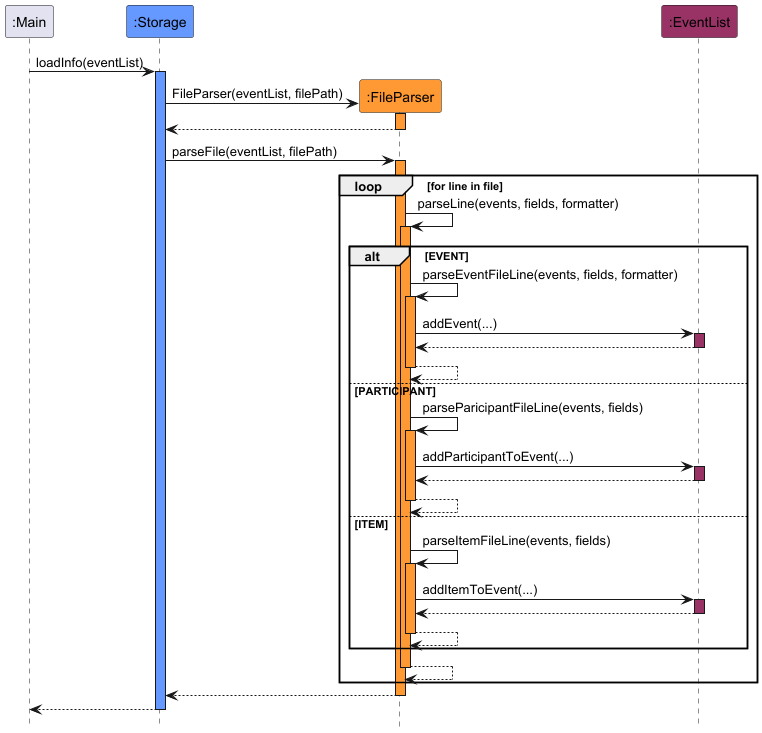
Above: docs/images/StorageLoadingSequenceDiagram.png in nus-cs2113-AY2425S1/tp (PlantUML), before the change. Its diagram source:
```plantuml
@startuml
!include style.puml
hide footbox

Participant ":Main" as main
Participant ":Storage" as storage STORAGE_COLOUR
Participant ":FileParser" as parser PARSER_COLOUR
Participant ":EventList" as events EVENT_COLOUR

main -> storage : loadInfo(eventList)
activate storage STORAGE_COLOUR

create parser
storage -> parser : FileParser(eventList, filePath)
activate parser PARSER_COLOUR
return

storage -> parser : parseFile(eventList, filePath)
activate parser PARSER_COLOUR

loop for line in file


    parser -> parser : parseLine(events, fields, formatter)
    activate parser PARSER_COLOUR

    alt EVENT
        parser -> parser : parseEventFileLine(events, fields, formatter)
        activate parser PARSER_COLOUR
        parser -> events : addEvent(...)
        activate events EVENT_COLOUR
        return
        return
    else PARTICIPANT
        parser -> parser : parseParicipantFileLine(events, fields)
        activate parser PARSER_COLOUR
        parser -> events : addParticipantToEvent(...)
        activate events EVENT_COLOUR
        return
        return
    else ITEM
        parser -> parser : parseItemFileLine(events, fields)
        activate parser PARSER_COLOUR
        parser -> events : addItemToEvent(...)
        activate events EVENT_COLOUR
        return
        return
    end
    return
    deactivate events
end


parser --> storage
deactivate parser
storage --> main
deactivate storage


@enduml
```
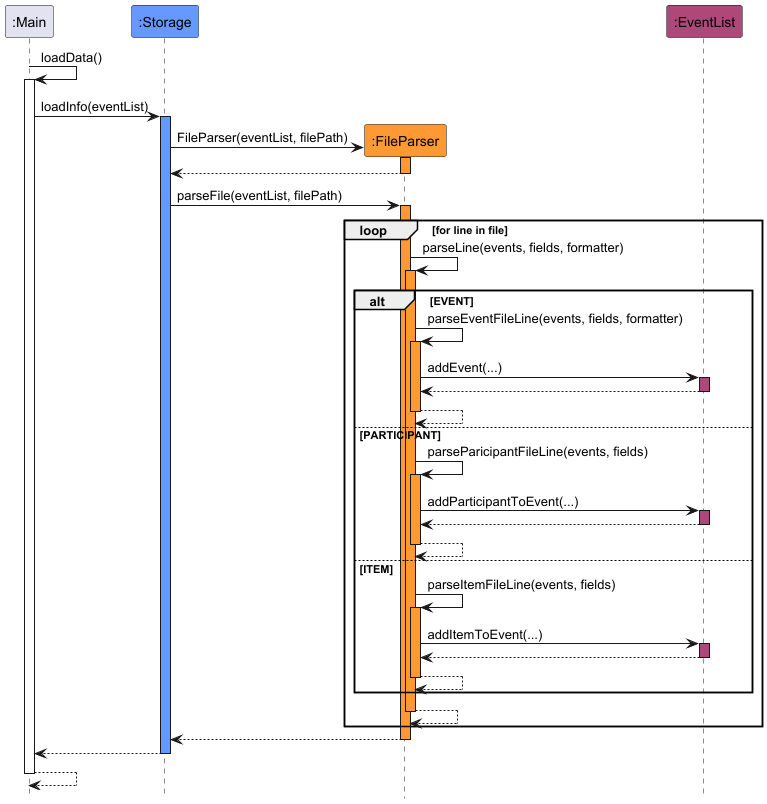
After the commit.

Change to the diagram source:
```diff
@@ -7,6 +7,8 @@
 Participant ":FileParser" as parser PARSER_COLOUR
 Participant ":EventList" as events EVENT_COLOUR
 
+main -> main : loadData()
+activate main
 main -> storage : loadInfo(eventList)
 activate storage STORAGE_COLOUR
 
@@ -55,6 +57,8 @@
 deactivate parser
 storage --> main
 deactivate storage
+main --> main
+deactivate main
 
 
 @enduml
```
